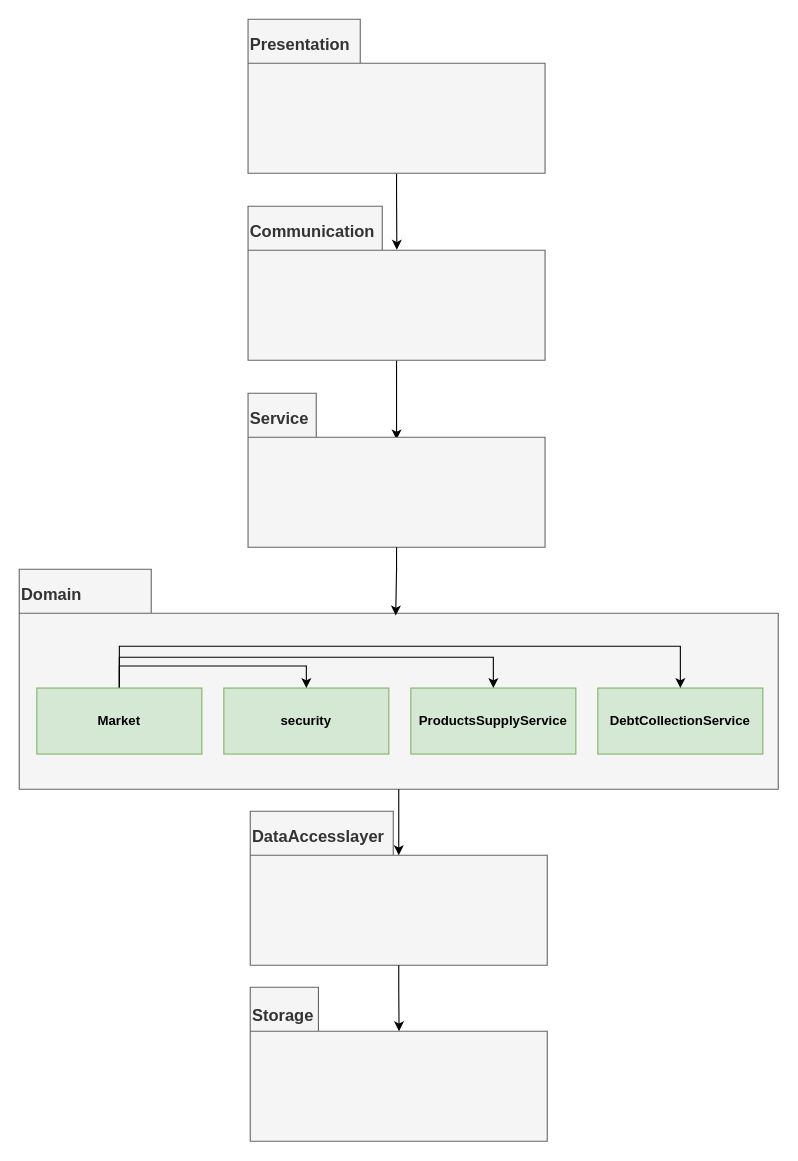
Above: architecture diagram.drawio in AyalaBadash/market_2022 (draw.io), before the change. Source tidied: cells renumbered, new cells numbered last; positions are measured from the earlier drawing's top-left corner, leaving out a move shared by most shapes. Both pictures are drawn from the tidied source at 110%, with x=0, y=0 at pixel (19, 19).
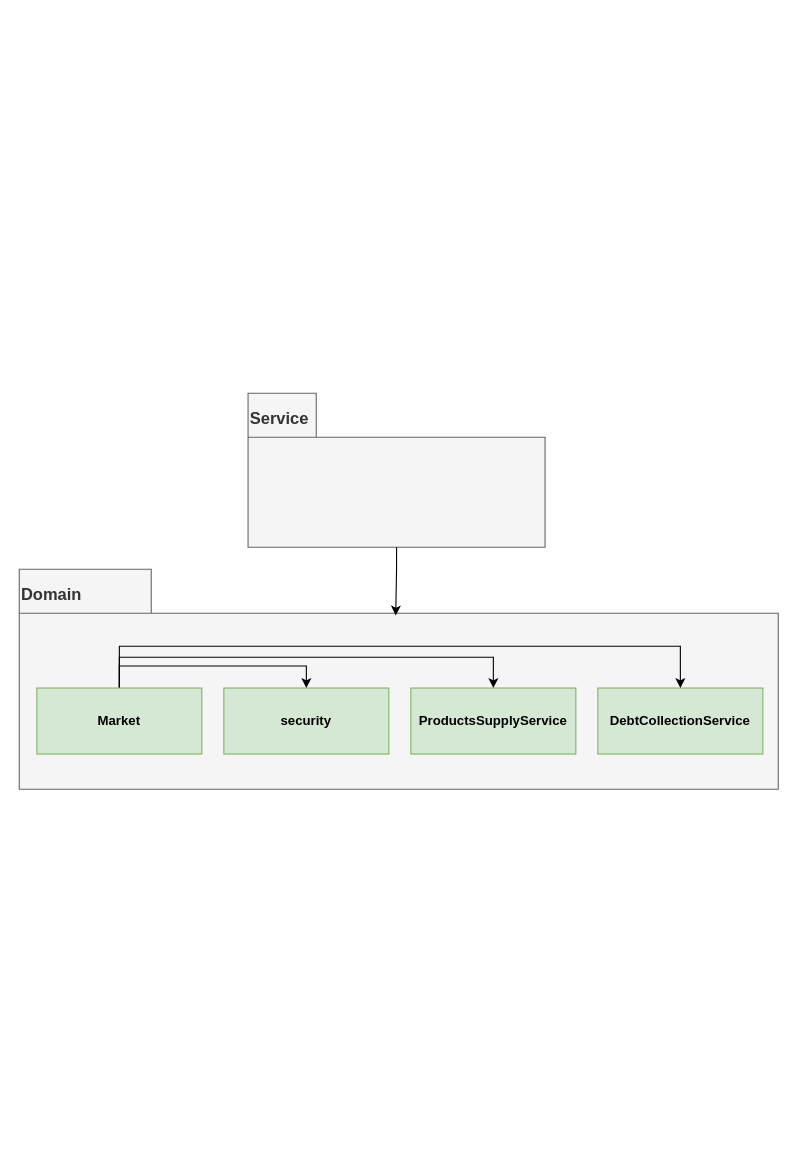
After the change.

Commit message (it also covers changes not shown here):
architecture diagram

The change refers to these unchanged cells:
```xml
<mxCell id="6" value="&lt;font style=&quot;font-size: 15px ; line-height: 0.5&quot;&gt;Service&lt;/font&gt;" style="shape=folder;fontStyle=1;spacingTop=10;tabWidth=62;tabHeight=40;tabPosition=left;html=1;align=left;verticalAlign=top;fillColor=#f5f5f5;fontColor=#333333;strokeColor=#666666;" parent="1" vertex="1">
  <mxGeometry x="208" y="340" width="270" height="140" as="geometry" />
</mxCell>
<mxCell id="7" value="&lt;font style=&quot;font-size: 15px ; line-height: 0.5&quot;&gt;Domain&lt;/font&gt;" style="shape=folder;fontStyle=1;spacingTop=10;tabWidth=120;tabHeight=40;tabPosition=left;html=1;align=left;verticalAlign=top;fillColor=#f5f5f5;fontColor=#333333;strokeColor=#666666;" parent="1" vertex="1">
  <mxGeometry y="500" width="690" height="200" as="geometry" />
</mxCell>
```

What changed in the source:
```diff
@@
-    <mxCell id="2" style="edgeStyle=orthogonalEdgeStyle;rounded=0;jettySize=auto;html=1;fontSize=15;entryX=0.501;entryY=0.282;entryDx=0;entryDy=0;entryPerimeter=0;" parent="1" edge="1" source="3" target="5">
-      <mxGeometry relative="1" as="geometry" />
-    </mxCell>
-    <mxCell id="3" value="&lt;font style=&quot;font-size: 15px ; line-height: 0.5&quot;&gt;Presentation&lt;/font&gt;" style="shape=folder;fontStyle=1;spacingTop=10;tabWidth=102;tabHeight=40;tabPosition=left;html=1;align=left;verticalAlign=top;fillColor=#f5f5f5;fontColor=#333333;strokeColor=#666666;" parent="1" vertex="1">
-      <mxGeometry x="208" width="270" height="140" as="geometry" />
-    </mxCell>
-    <mxCell id="4" style="edgeStyle=orthogonalEdgeStyle;rounded=0;jettySize=auto;html=1;entryX=0.5;entryY=0.3;entryDx=0;entryDy=0;entryPerimeter=0;fontSize=15;" parent="1" edge="1" source="5" target="6">
-      <mxGeometry relative="1" as="geometry" />
-    </mxCell>
-    <mxCell id="5" value="&lt;font style=&quot;font-size: 15px ; line-height: 0.5&quot;&gt;Communication&lt;/font&gt;" style="shape=folder;fontStyle=1;spacingTop=10;tabWidth=122;tabHeight=40;tabPosition=left;html=1;align=left;verticalAlign=top;fillColor=#f5f5f5;fontColor=#333333;strokeColor=#666666;" parent="1" vertex="1">
-      <mxGeometry x="208" y="170" width="270" height="140" as="geometry" />
-    </mxCell>
@@
-    <mxCell id="8" value="&lt;font style=&quot;font-size: 15px ; line-height: 0.5&quot;&gt;DataAccesslayer&lt;/font&gt;" style="shape=folder;fontStyle=1;spacingTop=10;tabWidth=130;tabHeight=40;tabPosition=left;html=1;align=left;verticalAlign=top;fillColor=#f5f5f5;fontColor=#333333;strokeColor=#666666;" parent="1" vertex="1">
-      <mxGeometry x="210" y="720" width="270" height="140" as="geometry" />
-    </mxCell>
-    <mxCell id="9" value="&lt;span style=&quot;font-size: 15px&quot;&gt;Storage&lt;/span&gt;" style="shape=folder;fontStyle=1;spacingTop=10;tabWidth=62;tabHeight=40;tabPosition=left;html=1;align=left;verticalAlign=top;fillColor=#f5f5f5;fontColor=#333333;strokeColor=#666666;" parent="1" vertex="1">
-      <mxGeometry x="210" y="880" width="270" height="140" as="geometry" />
-    </mxCell>
@@
-    <mxCell id="18" style="edgeStyle=orthogonalEdgeStyle;rounded=0;jettySize=auto;html=1;fontSize=15;exitX=0.5;exitY=1;exitDx=0;exitDy=0;exitPerimeter=0;" parent="1" edge="1" source="7">
-      <mxGeometry relative="1" as="geometry">
-        <mxPoint x="345" y="760" as="targetPoint" />
-      </mxGeometry>
-    </mxCell>
-    <mxCell id="19" style="edgeStyle=orthogonalEdgeStyle;rounded=0;jettySize=auto;html=1;fontSize=15;exitX=0.5;exitY=1;exitDx=0;exitDy=0;exitPerimeter=0;entryX=0.501;entryY=0.285;entryDx=0;entryDy=0;entryPerimeter=0;" parent="1" edge="1" source="8" target="9">
-      <mxGeometry relative="1" as="geometry" />
-    </mxCell>
```
